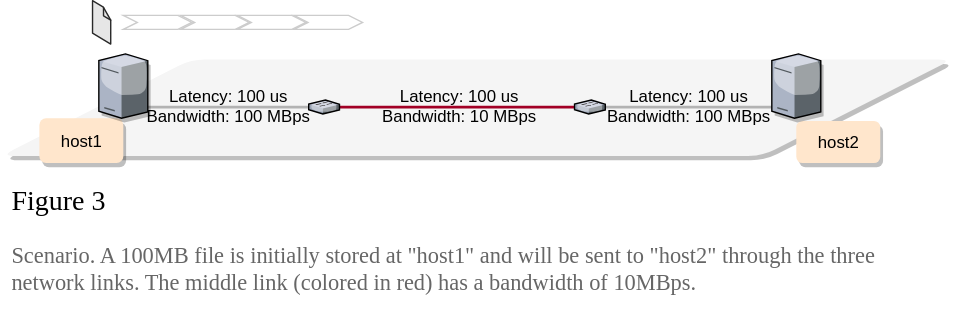
Before: docs/public/img/primer_on_file_transfer_times/scenario_3.svg, a diagram exported from draw.io (wrench-project/wrench-pedagogic-modules). Source tidied: cells renumbered, new cells last; positions are measured from the earlier drawing's top-left corner, leaving out a move shared by most shapes.
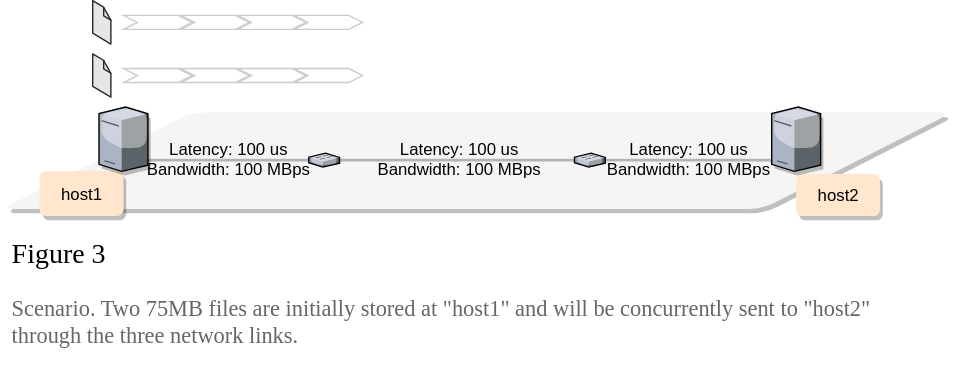
Above is the later version.

Change to the diagram source:
```diff
@@ -5,7 +5,7 @@
     <mxCell id="2" style="shape=parallelogram;perimeter=parallelogramPerimeter;whiteSpace=wrap;html=1;fillColor=#f5f5f5;strokeColor=none;rounded=1;shadow=1;" parent="1" vertex="1">
       <mxGeometry y="42" width="680" height="69" as="geometry" />
     </mxCell>
-    <mxCell id="3" value="&lt;h1&gt;&lt;font style=&quot;font-size: 20px ; font-weight: normal&quot; face=&quot;Garamond&quot;&gt;Figure 0.6&lt;/font&gt;&lt;/h1&gt;&lt;p&gt;&lt;font color=&quot;#666666&quot; face=&quot;Garamond&quot;&gt;&lt;span style=&quot;font-size: 16px&quot;&gt;Scenario. A 100MB file is initially stored at &quot;host1&quot; and will be sent to &quot;host2&quot; through the three network links. The middle link (colored in red) has a bandwidth of 10MBps.&amp;nbsp; &amp;nbsp;&lt;/span&gt;&lt;/font&gt;&lt;/p&gt;" style="text;html=1;strokeColor=none;fillColor=none;spacing=5;spacingTop=-20;whiteSpace=wrap;overflow=hidden;rounded=0;" parent="1" vertex="1">
+    <mxCell id="3" value="&lt;h1&gt;&lt;font style=&quot;font-size: 20px ; font-weight: normal&quot; face=&quot;Garamond&quot;&gt;Figure 0.5&lt;/font&gt;&lt;/h1&gt;&lt;p&gt;&lt;font color=&quot;#666666&quot; face=&quot;Garamond&quot;&gt;&lt;span style=&quot;font-size: 16px&quot;&gt;Scenario. Two 75MB files are initially stored at &quot;host1&quot; and will be concurrently sent to &quot;host2&quot; through the three network links.&amp;nbsp; &amp;nbsp;&amp;nbsp;&lt;/span&gt;&lt;/font&gt;&lt;/p&gt;" style="text;html=1;strokeColor=none;fillColor=none;spacing=5;spacingTop=-20;whiteSpace=wrap;overflow=hidden;rounded=0;" parent="1" vertex="1">
       <mxGeometry x="3" y="122" width="667" height="110" as="geometry" />
     </mxCell>
     <mxCell id="4" value="&lt;div&gt;host1&lt;/div&gt;" style="rounded=1;whiteSpace=wrap;html=1;fillColor=#ffe6cc;strokeColor=none;shadow=1;" parent="1" vertex="1">
@@ -14,7 +14,7 @@
     <mxCell id="5" value="Latency: 100 us&lt;br&gt;Bandwidth: 100 MBps&lt;br&gt;" style="rounded=1;whiteSpace=wrap;html=1;shadow=0;strokeColor=none;strokeWidth=2;fillColor=none;rotation=0;" parent="1" vertex="1">
       <mxGeometry x="102" y="45" width="120" height="60" as="geometry" />
     </mxCell>
-    <mxCell id="6" value="Latency: 100 us&lt;br&gt;Bandwidth: 10 MBps&lt;br&gt;" style="rounded=1;whiteSpace=wrap;html=1;shadow=0;strokeColor=none;strokeWidth=2;fillColor=none;rotation=0;" parent="1" vertex="1">
+    <mxCell id="6" value="Latency: 100 us&lt;br&gt;Bandwidth: 100 MBps&lt;br&gt;" style="rounded=1;whiteSpace=wrap;html=1;shadow=0;strokeColor=none;strokeWidth=2;fillColor=none;rotation=0;" parent="1" vertex="1">
       <mxGeometry x="251" y="45" width="152" height="60" as="geometry" />
     </mxCell>
     <mxCell id="7" value="Latency: 100 us&lt;br&gt;Bandwidth: 100 MBps&lt;br&gt;" style="rounded=1;whiteSpace=wrap;html=1;shadow=0;strokeColor=none;strokeWidth=2;fillColor=none;rotation=0;" parent="1" vertex="1">
@@ -23,7 +23,7 @@
     <mxCell id="8" value="&lt;div&gt;host2&lt;/div&gt;" style="rounded=1;whiteSpace=wrap;html=1;fillColor=#ffe6cc;strokeColor=none;shadow=1;" parent="1" vertex="1">
       <mxGeometry x="568.5" y="86" width="60" height="30" as="geometry" />
     </mxCell>
-    <mxCell id="9" style="endArrow=none;html=1;strokeWidth=2;strokeColor=#a20025;fillColor=#a20025;" parent="1" edge="1" source="11" target="15">
+    <mxCell id="9" style="endArrow=none;html=1;strokeWidth=2;strokeColor=#B3B3B3;fillColor=#f5f5f5;" parent="1" edge="1" source="11" target="15">
       <mxGeometry relative="1" as="geometry" />
     </mxCell>
     <mxCell id="10" style="endArrow=none;html=1;strokeWidth=2;strokeColor=#B3B3B3;" parent="1" edge="1">
@@ -68,5 +68,23 @@
     <mxCell id="21" style="verticalLabelPosition=bottom;html=1;verticalAlign=top;strokeWidth=1;align=center;dashed=0;shape=mxgraph.aws3d.file;strokeColor=#292929;fillColor=#E6E6E6;" parent="1" vertex="1">
       <mxGeometry x="65.5" width="13" height="31" as="geometry" />
     </mxCell>
+    <mxCell id="22" style="group;" parent="1" vertex="1">
+      <mxGeometry x="87.5" y="-27.5" width="171" height="10" as="geometry" />
+    </mxCell>
+    <mxCell id="23" style="html=1;shadow=0;dashed=0;align=center;verticalAlign=middle;shape=mxgraph.arrows2.arrow;dy=0;dx=10;notch=10;strokeColor=#CCCCCC;" parent="22" vertex="1">
+      <mxGeometry width="49" height="10" as="geometry" />
+    </mxCell>
+    <mxCell id="24" style="html=1;shadow=0;dashed=0;align=center;verticalAlign=middle;shape=mxgraph.arrows2.arrow;dy=0;dx=10;notch=10;strokeColor=#CCCCCC;" parent="22" vertex="1">
+      <mxGeometry x="41" width="49" height="10" as="geometry" />
+    </mxCell>
+    <mxCell id="25" style="html=1;shadow=0;dashed=0;align=center;verticalAlign=middle;shape=mxgraph.arrows2.arrow;dy=0;dx=10;notch=10;strokeColor=#CCCCCC;" parent="22" vertex="1">
+      <mxGeometry x="81.5" width="49" height="10" as="geometry" />
+    </mxCell>
+    <mxCell id="26" style="html=1;shadow=0;dashed=0;align=center;verticalAlign=middle;shape=mxgraph.arrows2.arrow;dy=0;dx=10;notch=10;strokeColor=#CCCCCC;" parent="22" vertex="1">
+      <mxGeometry x="122" width="49" height="10" as="geometry" />
+    </mxCell>
+    <mxCell id="27" style="verticalLabelPosition=bottom;html=1;verticalAlign=top;strokeWidth=1;align=center;dashed=0;shape=mxgraph.aws3d.file;strokeColor=#292929;fillColor=#E6E6E6;" parent="1" vertex="1">
+      <mxGeometry x="65.5" y="-38" width="13" height="31" as="geometry" />
+    </mxCell>
   </root>
 </mxGraphModel>
```
